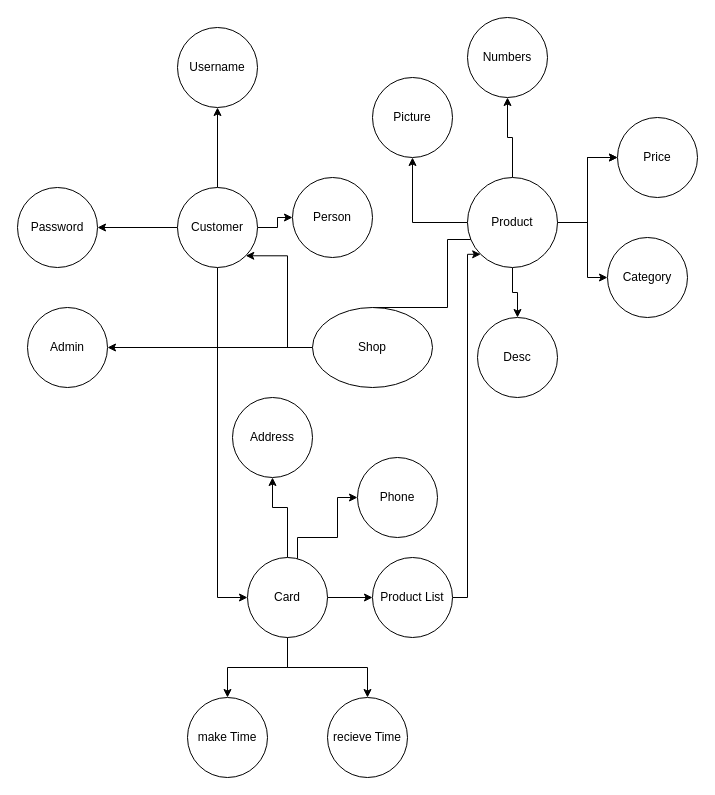
This is Desc.drawio from srbmm/maktab84-project-mohammadmahdi-sohrabi, a draw.io file, before an edit. Source tidied: cells renumbered, new cells numbered last; positions are measured from the earlier drawing's top-left corner, leaving out a move shared by most shapes. Both pictures are drawn from the tidied source at 100%, with x=0, y=0 at pixel (17, 17).
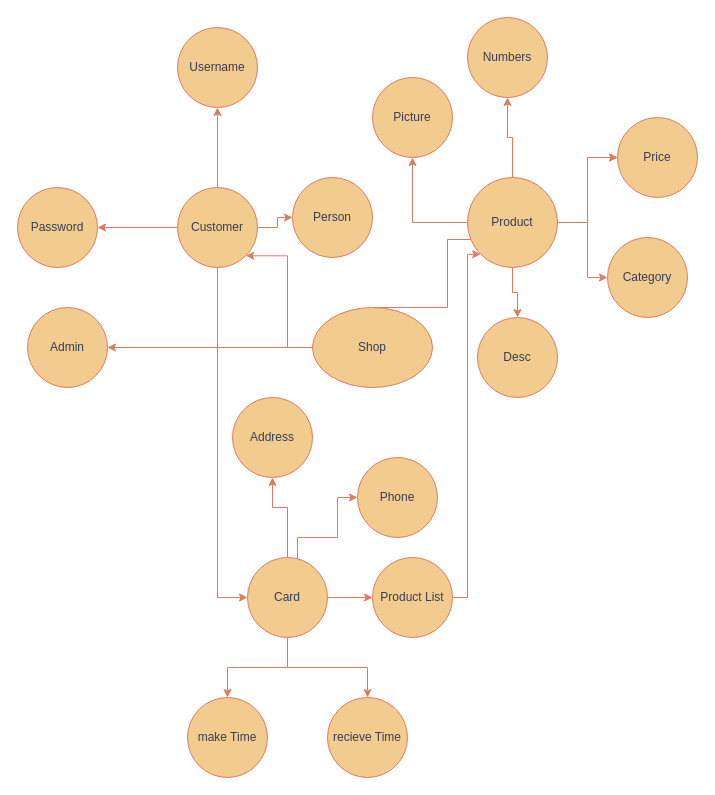
The same page after the edit.

Change to the diagram source:
```diff
@@
-    <mxCell id="2" style="edgeStyle=orthogonalEdgeStyle;rounded=0;jettySize=auto;html=1;entryX=1;entryY=1;entryDx=0;entryDy=0;" parent="1" edge="1" source="5" target="10">
+    <mxCell id="2" style="edgeStyle=orthogonalEdgeStyle;rounded=0;jettySize=auto;html=1;entryX=1;entryY=1;entryDx=0;entryDy=0;labelBackgroundColor=none;strokeColor=#E07A5F;fontColor=default;" parent="1" edge="1" source="5" target="10">
       <mxGeometry relative="1" as="geometry">
         <Array as="points">
           <mxPoint x="270" y="330" />
           <mxPoint x="270" y="238" />
         </Array>
       </mxGeometry>
     </mxCell>
-    <mxCell id="3" style="edgeStyle=orthogonalEdgeStyle;rounded=0;jettySize=auto;html=1;entryX=0.088;entryY=0.775;entryDx=0;entryDy=0;entryPerimeter=0;" parent="1" edge="1" source="5" target="17">
+    <mxCell id="3" style="edgeStyle=orthogonalEdgeStyle;rounded=0;jettySize=auto;html=1;entryX=0.088;entryY=0.775;entryDx=0;entryDy=0;entryPerimeter=0;labelBackgroundColor=none;strokeColor=#E07A5F;fontColor=default;" parent="1" edge="1" source="5" target="17">
       <mxGeometry relative="1" as="geometry">
         <Array as="points">
           <mxPoint x="430" y="290" />
           <mxPoint x="430" y="222" />
         </Array>
       </mxGeometry>
     </mxCell>
-    <mxCell id="4" style="edgeStyle=orthogonalEdgeStyle;rounded=0;jettySize=auto;html=1;" parent="1" edge="1" source="5" target="38">
+    <mxCell id="4" style="edgeStyle=orthogonalEdgeStyle;rounded=0;jettySize=auto;html=1;labelBackgroundColor=none;strokeColor=#E07A5F;fontColor=default;" parent="1" edge="1" source="5" target="38">
       <mxGeometry relative="1" as="geometry" />
     </mxCell>
-    <mxCell id="5" value="Shop" style="ellipse;whiteSpace=wrap;html=1;" parent="1" vertex="1">
+    <mxCell id="5" value="Shop" style="ellipse;whiteSpace=wrap;html=1;labelBackgroundColor=none;fillColor=#F2CC8F;strokeColor=#E07A5F;fontColor=#393C56;" parent="1" vertex="1">
       <mxGeometry x="295" y="290" width="120" height="80" as="geometry" />
     </mxCell>
-    <mxCell id="6" style="edgeStyle=orthogonalEdgeStyle;rounded=0;jettySize=auto;html=1;" parent="1" edge="1" source="10" target="22">
+    <mxCell id="6" style="edgeStyle=orthogonalEdgeStyle;rounded=0;jettySize=auto;html=1;labelBackgroundColor=none;strokeColor=#E07A5F;fontColor=default;" parent="1" edge="1" source="10" target="22">
       <mxGeometry relative="1" as="geometry" />
     </mxCell>
-    <mxCell id="7" style="edgeStyle=orthogonalEdgeStyle;rounded=0;jettySize=auto;html=1;" parent="1" edge="1" source="10" target="23">
+    <mxCell id="7" style="edgeStyle=orthogonalEdgeStyle;rounded=0;jettySize=auto;html=1;labelBackgroundColor=none;strokeColor=#E07A5F;fontColor=default;" parent="1" edge="1" source="10" target="23">
       <mxGeometry relative="1" as="geometry" />
     </mxCell>
-    <mxCell id="8" style="edgeStyle=orthogonalEdgeStyle;rounded=0;jettySize=auto;html=1;" parent="1" edge="1" source="10" target="24">
+    <mxCell id="8" style="edgeStyle=orthogonalEdgeStyle;rounded=0;jettySize=auto;html=1;labelBackgroundColor=none;strokeColor=#E07A5F;fontColor=default;" parent="1" edge="1" source="10" target="24">
       <mxGeometry relative="1" as="geometry" />
     </mxCell>
-    <mxCell id="9" style="edgeStyle=orthogonalEdgeStyle;rounded=0;jettySize=auto;html=1;entryX=0;entryY=0.5;entryDx=0;entryDy=0;" parent="1" edge="1" source="10" target="31">
+    <mxCell id="9" style="edgeStyle=orthogonalEdgeStyle;rounded=0;jettySize=auto;html=1;entryX=0;entryY=0.5;entryDx=0;entryDy=0;labelBackgroundColor=none;strokeColor=#E07A5F;fontColor=default;" parent="1" edge="1" source="10" target="31">
       <mxGeometry relative="1" as="geometry" />
     </mxCell>
-    <mxCell id="10" value="Customer" style="ellipse;whiteSpace=wrap;html=1;" parent="1" vertex="1">
+    <mxCell id="10" value="Customer" style="ellipse;whiteSpace=wrap;html=1;labelBackgroundColor=none;fillColor=#F2CC8F;strokeColor=#E07A5F;fontColor=#393C56;" parent="1" vertex="1">
       <mxGeometry x="160" y="170" width="80" height="80" as="geometry" />
     </mxCell>
-    <mxCell id="11" style="edgeStyle=orthogonalEdgeStyle;rounded=0;jettySize=auto;html=1;" parent="1" edge="1" source="17" target="18">
+    <mxCell id="11" style="edgeStyle=orthogonalEdgeStyle;rounded=0;jettySize=auto;html=1;labelBackgroundColor=none;strokeColor=#E07A5F;fontColor=default;" parent="1" edge="1" source="17" target="18">
       <mxGeometry relative="1" as="geometry" />
     </mxCell>
-    <mxCell id="12" style="edgeStyle=orthogonalEdgeStyle;rounded=0;jettySize=auto;html=1;" parent="1" edge="1" source="17" target="19">
+    <mxCell id="12" style="edgeStyle=orthogonalEdgeStyle;rounded=0;jettySize=auto;html=1;labelBackgroundColor=none;strokeColor=#E07A5F;fontColor=default;" parent="1" edge="1" source="17" target="19">
       <mxGeometry relative="1" as="geometry" />
     </mxCell>
-    <mxCell id="13" style="edgeStyle=orthogonalEdgeStyle;rounded=0;jettySize=auto;html=1;entryX=0.5;entryY=0;entryDx=0;entryDy=0;" parent="1" edge="1" source="17" target="20">
+    <mxCell id="13" style="edgeStyle=orthogonalEdgeStyle;rounded=0;jettySize=auto;html=1;entryX=0.5;entryY=0;entryDx=0;entryDy=0;labelBackgroundColor=none;strokeColor=#E07A5F;fontColor=default;" parent="1" edge="1" source="17" target="20">
       <mxGeometry relative="1" as="geometry" />
     </mxCell>
-    <mxCell id="14" style="edgeStyle=orthogonalEdgeStyle;rounded=0;jettySize=auto;html=1;" parent="1" edge="1" source="17" target="21">
+    <mxCell id="14" style="edgeStyle=orthogonalEdgeStyle;rounded=0;jettySize=auto;html=1;labelBackgroundColor=none;strokeColor=#E07A5F;fontColor=default;" parent="1" edge="1" source="17" target="21">
       <mxGeometry relative="1" as="geometry" />
     </mxCell>
-    <mxCell id="15" style="edgeStyle=orthogonalEdgeStyle;rounded=0;jettySize=auto;html=1;" parent="1" edge="1" source="17" target="18">
+    <mxCell id="15" style="edgeStyle=orthogonalEdgeStyle;rounded=0;jettySize=auto;html=1;labelBackgroundColor=none;strokeColor=#E07A5F;fontColor=default;" parent="1" edge="1" source="17" target="18">
       <mxGeometry relative="1" as="geometry" />
     </mxCell>
-    <mxCell id="16" style="edgeStyle=orthogonalEdgeStyle;rounded=0;jettySize=auto;html=1;" parent="1" edge="1" source="17" target="25">
+    <mxCell id="16" style="edgeStyle=orthogonalEdgeStyle;rounded=0;jettySize=auto;html=1;labelBackgroundColor=none;strokeColor=#E07A5F;fontColor=default;" parent="1" edge="1" source="17" target="25">
       <mxGeometry relative="1" as="geometry">
         <Array as="points">
           <mxPoint x="570" y="205" />
           <mxPoint x="570" y="260" />
         </Array>
       </mxGeometry>
     </mxCell>
-    <mxCell id="17" value="Product" style="ellipse;whiteSpace=wrap;html=1;" parent="1" vertex="1">
+    <mxCell id="17" value="Product" style="ellipse;whiteSpace=wrap;html=1;labelBackgroundColor=none;fillColor=#F2CC8F;strokeColor=#E07A5F;fontColor=#393C56;" parent="1" vertex="1">
       <mxGeometry x="450" y="160" width="90" height="90" as="geometry" />
     </mxCell>
-    <mxCell id="18" value="Price" style="ellipse;whiteSpace=wrap;html=1;" parent="1" vertex="1">
+    <mxCell id="18" value="Price" style="ellipse;whiteSpace=wrap;html=1;labelBackgroundColor=none;fillColor=#F2CC8F;strokeColor=#E07A5F;fontColor=#393C56;" parent="1" vertex="1">
       <mxGeometry x="600" y="100" width="80" height="80" as="geometry" />
     </mxCell>
-    <mxCell id="19" value="Numbers" style="ellipse;whiteSpace=wrap;html=1;" parent="1" vertex="1">
+    <mxCell id="19" value="Numbers" style="ellipse;whiteSpace=wrap;html=1;labelBackgroundColor=none;fillColor=#F2CC8F;strokeColor=#E07A5F;fontColor=#393C56;" parent="1" vertex="1">
       <mxGeometry x="450" width="80" height="80" as="geometry" />
     </mxCell>
-    <mxCell id="20" value="Desc" style="ellipse;whiteSpace=wrap;html=1;" parent="1" vertex="1">
+    <mxCell id="20" value="Desc" style="ellipse;whiteSpace=wrap;html=1;labelBackgroundColor=none;fillColor=#F2CC8F;strokeColor=#E07A5F;fontColor=#393C56;" parent="1" vertex="1">
       <mxGeometry x="460" y="300" width="80" height="80" as="geometry" />
     </mxCell>
-    <mxCell id="21" value="Picture" style="ellipse;whiteSpace=wrap;html=1;" parent="1" vertex="1">
+    <mxCell id="21" value="Picture" style="ellipse;whiteSpace=wrap;html=1;labelBackgroundColor=none;fillColor=#F2CC8F;strokeColor=#E07A5F;fontColor=#393C56;" parent="1" vertex="1">
       <mxGeometry x="355" y="60" width="80" height="80" as="geometry" />
     </mxCell>
-    <mxCell id="22" value="Username" style="ellipse;whiteSpace=wrap;html=1;" parent="1" vertex="1">
+    <mxCell id="22" value="Username" style="ellipse;whiteSpace=wrap;html=1;labelBackgroundColor=none;fillColor=#F2CC8F;strokeColor=#E07A5F;fontColor=#393C56;" parent="1" vertex="1">
       <mxGeometry x="160" y="10" width="80" height="80" as="geometry" />
     </mxCell>
-    <mxCell id="23" value="Password" style="ellipse;whiteSpace=wrap;html=1;" parent="1" vertex="1">
+    <mxCell id="23" value="Password" style="ellipse;whiteSpace=wrap;html=1;labelBackgroundColor=none;fillColor=#F2CC8F;strokeColor=#E07A5F;fontColor=#393C56;" parent="1" vertex="1">
       <mxGeometry y="170" width="80" height="80" as="geometry" />
     </mxCell>
-    <mxCell id="24" value="Person" style="ellipse;whiteSpace=wrap;html=1;" parent="1" vertex="1">
+    <mxCell id="24" value="Person" style="ellipse;whiteSpace=wrap;html=1;labelBackgroundColor=none;fillColor=#F2CC8F;strokeColor=#E07A5F;fontColor=#393C56;" parent="1" vertex="1">
       <mxGeometry x="275" y="160" width="80" height="80" as="geometry" />
     </mxCell>
-    <mxCell id="25" value="Category" style="ellipse;whiteSpace=wrap;html=1;" parent="1" vertex="1">
+    <mxCell id="25" value="Category" style="ellipse;whiteSpace=wrap;html=1;labelBackgroundColor=none;fillColor=#F2CC8F;strokeColor=#E07A5F;fontColor=#393C56;" parent="1" vertex="1">
       <mxGeometry x="590" y="220" width="80" height="80" as="geometry" />
     </mxCell>
-    <mxCell id="26" style="edgeStyle=orthogonalEdgeStyle;rounded=0;jettySize=auto;html=1;" parent="1" edge="1" source="31" target="32">
+    <mxCell id="26" style="edgeStyle=orthogonalEdgeStyle;rounded=0;jettySize=auto;html=1;labelBackgroundColor=none;strokeColor=#E07A5F;fontColor=default;" parent="1" edge="1" source="31" target="32">
       <mxGeometry relative="1" as="geometry" />
     </mxCell>
-    <mxCell id="27" style="edgeStyle=orthogonalEdgeStyle;rounded=0;jettySize=auto;html=1;" parent="1" edge="1" source="31" target="33">
+    <mxCell id="27" style="edgeStyle=orthogonalEdgeStyle;rounded=0;jettySize=auto;html=1;labelBackgroundColor=none;strokeColor=#E07A5F;fontColor=default;" parent="1" edge="1" source="31" target="33">
       <mxGeometry relative="1" as="geometry" />
     </mxCell>
-    <mxCell id="28" style="edgeStyle=orthogonalEdgeStyle;rounded=0;jettySize=auto;html=1;" parent="1" edge="1" source="31" target="35">
+    <mxCell id="28" style="edgeStyle=orthogonalEdgeStyle;rounded=0;jettySize=auto;html=1;labelBackgroundColor=none;strokeColor=#E07A5F;fontColor=default;" parent="1" edge="1" source="31" target="35">
       <mxGeometry relative="1" as="geometry" />
     </mxCell>
-    <mxCell id="29" style="edgeStyle=orthogonalEdgeStyle;rounded=0;jettySize=auto;html=1;entryX=0;entryY=0.5;entryDx=0;entryDy=0;" parent="1" edge="1" source="31" target="36">
+    <mxCell id="29" style="edgeStyle=orthogonalEdgeStyle;rounded=0;jettySize=auto;html=1;entryX=0;entryY=0.5;entryDx=0;entryDy=0;labelBackgroundColor=none;strokeColor=#E07A5F;fontColor=default;" parent="1" edge="1" source="31" target="36">
       <mxGeometry relative="1" as="geometry">
         <Array as="points">
           <mxPoint x="280" y="520" />
           <mxPoint x="320" y="520" />
           <mxPoint x="320" y="480" />
         </Array>
       </mxGeometry>
     </mxCell>
-    <mxCell id="30" style="edgeStyle=orthogonalEdgeStyle;rounded=0;jettySize=auto;html=1;entryX=0.5;entryY=1;entryDx=0;entryDy=0;" parent="1" edge="1" source="31" target="37">
+    <mxCell id="30" style="edgeStyle=orthogonalEdgeStyle;rounded=0;jettySize=auto;html=1;entryX=0.5;entryY=1;entryDx=0;entryDy=0;labelBackgroundColor=none;strokeColor=#E07A5F;fontColor=default;" parent="1" edge="1" source="31" target="37">
       <mxGeometry relative="1" as="geometry">
         <Array as="points">
           <mxPoint x="270" y="490" />
           <mxPoint x="255" y="490" />
         </Array>
       </mxGeometry>
     </mxCell>
-    <mxCell id="31" value="Card" style="ellipse;whiteSpace=wrap;html=1;" parent="1" vertex="1">
+    <mxCell id="31" value="Card" style="ellipse;whiteSpace=wrap;html=1;labelBackgroundColor=none;fillColor=#F2CC8F;strokeColor=#E07A5F;fontColor=#393C56;" parent="1" vertex="1">
       <mxGeometry x="230" y="540" width="80" height="80" as="geometry" />
     </mxCell>
-    <mxCell id="32" value="make Time" style="ellipse;whiteSpace=wrap;html=1;" parent="1" vertex="1">
+    <mxCell id="32" value="make Time" style="ellipse;whiteSpace=wrap;html=1;labelBackgroundColor=none;fillColor=#F2CC8F;strokeColor=#E07A5F;fontColor=#393C56;" parent="1" vertex="1">
       <mxGeometry x="170" y="680" width="80" height="80" as="geometry" />
     </mxCell>
-    <mxCell id="33" value="recieve Time" style="ellipse;whiteSpace=wrap;html=1;" parent="1" vertex="1">
+    <mxCell id="33" value="recieve Time" style="ellipse;whiteSpace=wrap;html=1;labelBackgroundColor=none;fillColor=#F2CC8F;strokeColor=#E07A5F;fontColor=#393C56;" parent="1" vertex="1">
       <mxGeometry x="310" y="680" width="80" height="80" as="geometry" />
     </mxCell>
-    <mxCell id="34" style="edgeStyle=orthogonalEdgeStyle;rounded=0;jettySize=auto;html=1;entryX=0;entryY=1;entryDx=0;entryDy=0;" parent="1" edge="1" source="35" target="17">
+    <mxCell id="34" style="edgeStyle=orthogonalEdgeStyle;rounded=0;jettySize=auto;html=1;entryX=0;entryY=1;entryDx=0;entryDy=0;labelBackgroundColor=none;strokeColor=#E07A5F;fontColor=default;" parent="1" edge="1" source="35" target="17">
       <mxGeometry relative="1" as="geometry">
         <Array as="points">
           <mxPoint x="450" y="580" />
           <mxPoint x="450" y="237" />
         </Array>
       </mxGeometry>
     </mxCell>
-    <mxCell id="35" value="Product List" style="ellipse;whiteSpace=wrap;html=1;" parent="1" vertex="1">
+    <mxCell id="35" value="Product List" style="ellipse;whiteSpace=wrap;html=1;labelBackgroundColor=none;fillColor=#F2CC8F;strokeColor=#E07A5F;fontColor=#393C56;" parent="1" vertex="1">
       <mxGeometry x="355" y="540" width="80" height="80" as="geometry" />
     </mxCell>
-    <mxCell id="36" value="Phone" style="ellipse;whiteSpace=wrap;html=1;" parent="1" vertex="1">
+    <mxCell id="36" value="Phone" style="ellipse;whiteSpace=wrap;html=1;labelBackgroundColor=none;fillColor=#F2CC8F;strokeColor=#E07A5F;fontColor=#393C56;" parent="1" vertex="1">
       <mxGeometry x="340" y="440" width="80" height="80" as="geometry" />
     </mxCell>
-    <mxCell id="37" value="Address" style="ellipse;whiteSpace=wrap;html=1;" parent="1" vertex="1">
+    <mxCell id="37" value="Address" style="ellipse;whiteSpace=wrap;html=1;labelBackgroundColor=none;fillColor=#F2CC8F;strokeColor=#E07A5F;fontColor=#393C56;" parent="1" vertex="1">
       <mxGeometry x="215" y="380" width="80" height="80" as="geometry" />
     </mxCell>
-    <mxCell id="38" value="Admin" style="ellipse;whiteSpace=wrap;html=1;" parent="1" vertex="1">
+    <mxCell id="38" value="Admin" style="ellipse;whiteSpace=wrap;html=1;labelBackgroundColor=none;fillColor=#F2CC8F;strokeColor=#E07A5F;fontColor=#393C56;" parent="1" vertex="1">
       <mxGeometry x="10" y="290" width="80" height="80" as="geometry" />
     </mxCell>
```
